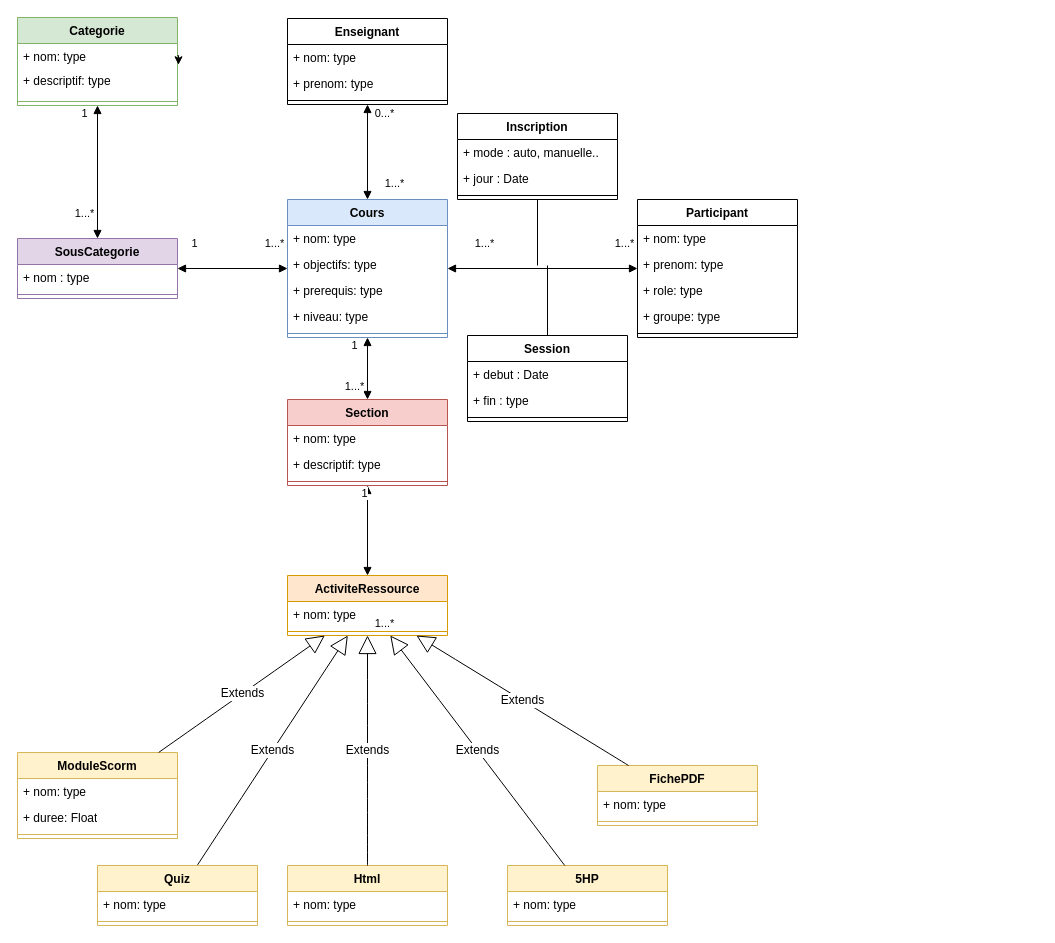
This is MasKaret.drawio from jean-seb-2106/pythontest, a draw.io file, before an edit. Source tidied: cells renumbered, new cells numbered last; positions are measured from the earlier drawing's top-left corner, leaving out a move shared by most shapes. Both pictures are drawn from the tidied source at 100%, with x=0, y=0 at pixel (17, 17).
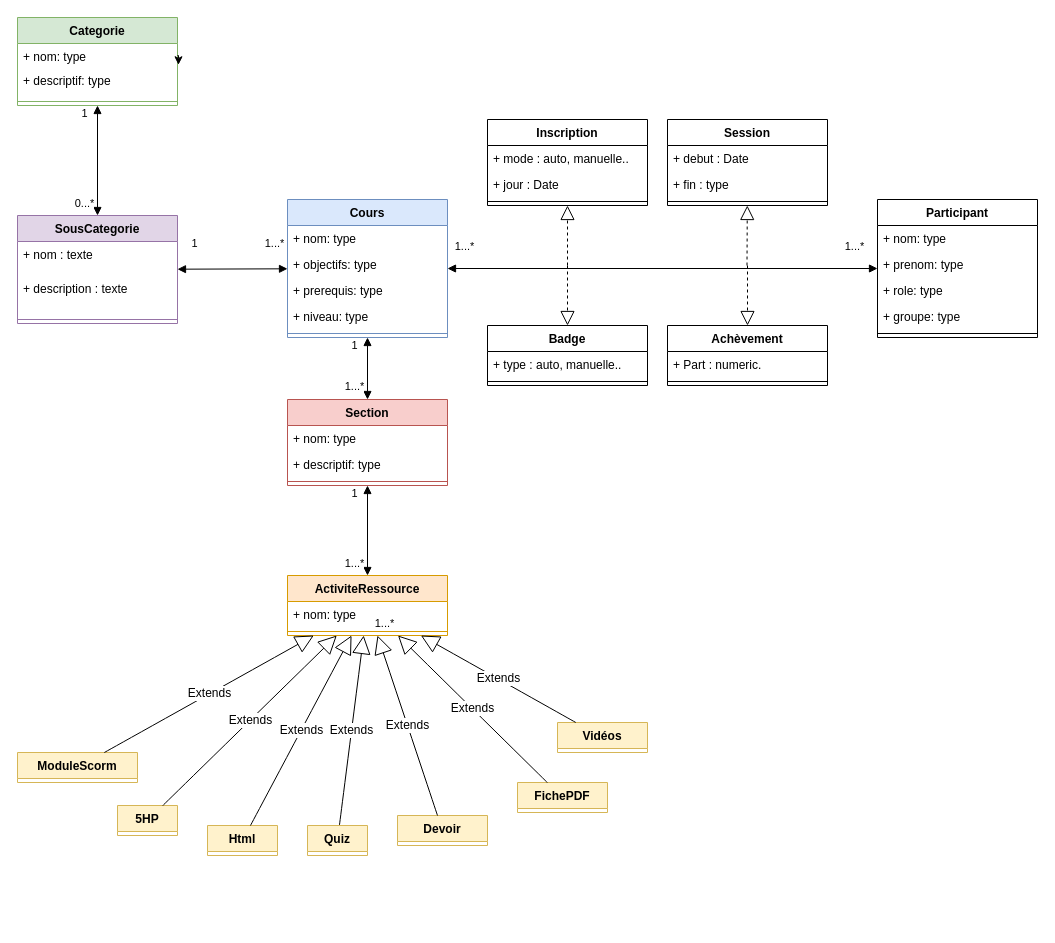
The same diagram, later.

Commit message:
Mettre à jour MasKaret.drawio

Unchanged cells that the change refers to:
```xml
<mxCell id="10" value="Cours" style="swimlane;fontStyle=1;align=center;verticalAlign=top;horizontal=1;startSize=26;whiteSpace=wrap;html=1;fillColor=#dae8fc;strokeColor=#6c8ebf;" parent="1" vertex="1">
  <mxGeometry x="270" y="182" width="160" height="138" as="geometry" />
</mxCell>
<mxCell id="16" value="ActiviteRessource" style="swimlane;fontStyle=1;align=center;verticalAlign=top;horizontal=1;startSize=26;whiteSpace=wrap;html=1;fillColor=#ffe6cc;strokeColor=#d79b00;" parent="1" vertex="1">
  <mxGeometry x="270" y="558" width="160" height="60" as="geometry" />
</mxCell>
```

Change to the diagram source:
```diff
@@
     <mxCell id="7" value="SousCategorie" style="swimlane;fontStyle=1;align=center;verticalAlign=top;horizontal=1;startSize=26;whiteSpace=wrap;html=1;fillColor=#e1d5e7;strokeColor=#9673a6;" parent="1" vertex="1">
-      <mxGeometry y="221" width="160" height="60" as="geometry" />
+      <mxGeometry y="198" width="160" height="108" as="geometry" />
     </mxCell>
+    <mxCell id="82" value="+ nom : texte" style="text;strokeColor=none;fillColor=none;align=left;verticalAlign=top;spacingLeft=4;spacingRight=4;overflow=hidden;whiteSpace=wrap;html=1;" parent="7" vertex="1">
+      <mxGeometry y="26" width="160" height="34" as="geometry" />
+    </mxCell>
-    <mxCell id="8" value="+ nom : type" style="text;strokeColor=none;fillColor=none;align=left;verticalAlign=top;spacingLeft=4;spacingRight=4;overflow=hidden;whiteSpace=wrap;html=1;" parent="7" vertex="1">
-      <mxGeometry y="26" width="160" height="26" as="geometry" />
+    <mxCell id="8" value="+ description : texte" style="text;strokeColor=none;fillColor=none;align=left;verticalAlign=top;spacingLeft=4;spacingRight=4;overflow=hidden;whiteSpace=wrap;html=1;" parent="7" vertex="1">
+      <mxGeometry y="60" width="160" height="40" as="geometry" />
     </mxCell>
     <mxCell id="9" style="line;strokeWidth=1;fillColor=none;align=left;verticalAlign=middle;spacingTop=-1;spacingLeft=3;spacingRight=3;labelPosition=right;strokeColor=inherit;" parent="7" vertex="1">
-      <mxGeometry y="52" width="160" height="8" as="geometry" />
+      <mxGeometry y="100" width="160" height="8" as="geometry" />
     </mxCell>
@@
-    <mxCell id="19" value="Enseignant" style="swimlane;fontStyle=1;align=center;verticalAlign=top;horizontal=1;startSize=26;whiteSpace=wrap;html=1;" parent="1" vertex="1">
-      <mxGeometry x="270" y="1" width="160" height="86" as="geometry" />
-    </mxCell>
-    <mxCell id="20" value="+ nom: type" style="text;strokeColor=none;fillColor=none;align=left;verticalAlign=top;spacingLeft=4;spacingRight=4;overflow=hidden;whiteSpace=wrap;html=1;" parent="19" vertex="1">
-      <mxGeometry y="26" width="160" height="26" as="geometry" />
-    </mxCell>
-    <mxCell id="21" value="+ prenom: type" style="text;strokeColor=none;fillColor=none;align=left;verticalAlign=top;spacingLeft=4;spacingRight=4;overflow=hidden;whiteSpace=wrap;html=1;" parent="19" vertex="1">
-      <mxGeometry y="52" width="160" height="26" as="geometry" />
-    </mxCell>
-    <mxCell id="22" style="line;strokeWidth=1;fillColor=none;align=left;verticalAlign=middle;spacingTop=-1;spacingLeft=3;spacingRight=3;labelPosition=right;strokeColor=inherit;" parent="19" vertex="1">
-      <mxGeometry y="78" width="160" height="8" as="geometry" />
-    </mxCell>
     <mxCell id="23" value="Participant" style="swimlane;fontStyle=1;align=center;verticalAlign=top;horizontal=1;startSize=26;whiteSpace=wrap;html=1;" parent="1" vertex="1">
-      <mxGeometry x="620" y="182" width="160" height="138" as="geometry" />
+      <mxGeometry x="860" y="182" width="160" height="138" as="geometry" />
     </mxCell>
@@
-    <mxCell id="29" value="ModuleScorm" style="swimlane;fontStyle=1;align=center;verticalAlign=top;horizontal=1;startSize=26;whiteSpace=wrap;html=1;fillColor=#fff2cc;strokeColor=#d6b656;" parent="1" vertex="1">
-      <mxGeometry y="735" width="160" height="86" as="geometry" />
+    <mxCell id="29" value="ModuleScorm" style="swimlane;fontStyle=1;align=center;verticalAlign=top;horizontal=1;startSize=26;whiteSpace=wrap;html=1;fillColor=#fff2cc;strokeColor=#d6b656;" parent="1" vertex="1" collapsed="1">
+      <mxGeometry y="735" width="120" height="30" as="geometry" />
     </mxCell>
-    <mxCell id="30" value="+ nom: type" style="text;strokeColor=none;fillColor=none;align=left;verticalAlign=top;spacingLeft=4;spacingRight=4;overflow=hidden;whiteSpace=wrap;html=1;" parent="29" vertex="1">
-      <mxGeometry y="26" width="160" height="26" as="geometry" />
-    </mxCell>
-    <mxCell id="31" value="+ duree: Float" style="text;strokeColor=none;fillColor=none;align=left;verticalAlign=top;spacingLeft=4;spacingRight=4;overflow=hidden;whiteSpace=wrap;html=1;" parent="29" vertex="1">
-      <mxGeometry y="52" width="160" height="26" as="geometry" />
-    </mxCell>
-    <mxCell id="32" style="line;strokeWidth=1;fillColor=none;align=left;verticalAlign=middle;spacingTop=-1;spacingLeft=3;spacingRight=3;labelPosition=right;strokeColor=inherit;" parent="29" vertex="1">
-      <mxGeometry y="78" width="160" height="8" as="geometry" />
-    </mxCell>
@@
-    <mxCell id="38" value="Quiz" style="swimlane;fontStyle=1;align=center;verticalAlign=top;horizontal=1;startSize=26;whiteSpace=wrap;html=1;fillColor=#fff2cc;strokeColor=#d6b656;" parent="1" vertex="1">
-      <mxGeometry x="80" y="848" width="160" height="60" as="geometry" />
+    <mxCell id="38" value="Quiz" style="swimlane;fontStyle=1;align=center;verticalAlign=top;horizontal=1;startSize=26;whiteSpace=wrap;html=1;fillColor=#fff2cc;strokeColor=#d6b656;" parent="1" vertex="1" collapsed="1">
+      <mxGeometry x="290" y="808" width="60" height="30" as="geometry" />
     </mxCell>
-    <mxCell id="39" value="+ nom: type" style="text;strokeColor=none;fillColor=none;align=left;verticalAlign=top;spacingLeft=4;spacingRight=4;overflow=hidden;whiteSpace=wrap;html=1;" parent="38" vertex="1">
-      <mxGeometry y="26" width="160" height="26" as="geometry" />
-    </mxCell>
-    <mxCell id="40" style="line;strokeWidth=1;fillColor=none;align=left;verticalAlign=middle;spacingTop=-1;spacingLeft=3;spacingRight=3;labelPosition=right;strokeColor=inherit;" parent="38" vertex="1">
-      <mxGeometry y="52" width="160" height="8" as="geometry" />
-    </mxCell>
-    <mxCell id="41" value="FichePDF" style="swimlane;fontStyle=1;align=center;verticalAlign=top;horizontal=1;startSize=26;whiteSpace=wrap;html=1;fillColor=#fff2cc;strokeColor=#d6b656;" parent="1" vertex="1">
-      <mxGeometry x="580" y="748" width="160" height="60" as="geometry" />
+    <mxCell id="41" value="FichePDF" style="swimlane;fontStyle=1;align=center;verticalAlign=top;horizontal=1;startSize=26;whiteSpace=wrap;html=1;fillColor=#fff2cc;strokeColor=#d6b656;" parent="1" vertex="1" collapsed="1">
+      <mxGeometry x="500" y="765" width="90" height="30" as="geometry" />
     </mxCell>
-    <mxCell id="42" value="+ nom: type" style="text;strokeColor=none;fillColor=none;align=left;verticalAlign=top;spacingLeft=4;spacingRight=4;overflow=hidden;whiteSpace=wrap;html=1;" parent="41" vertex="1">
-      <mxGeometry y="26" width="160" height="26" as="geometry" />
-    </mxCell>
-    <mxCell id="43" style="line;strokeWidth=1;fillColor=none;align=left;verticalAlign=middle;spacingTop=-1;spacingLeft=3;spacingRight=3;labelPosition=right;strokeColor=inherit;" parent="41" vertex="1">
-      <mxGeometry y="52" width="160" height="8" as="geometry" />
-    </mxCell>
@@
-    <mxCell id="50" value="1...*" style="edgeLabel;html=1;align=center;verticalAlign=middle;" parent="1" vertex="1">
-      <mxGeometry x="40" y="188" as="geometry">
+    <mxCell id="50" value="0...*" style="edgeLabel;html=1;align=center;verticalAlign=middle;" parent="1" vertex="1">
+      <mxGeometry x="40" y="178" as="geometry">
         <mxPoint x="26" y="7" as="offset" />
       </mxGeometry>
     </mxCell>
@@
-    <mxCell id="55" value="Html" style="swimlane;fontStyle=1;align=center;verticalAlign=top;horizontal=1;startSize=26;whiteSpace=wrap;html=1;fillColor=#fff2cc;strokeColor=#d6b656;" parent="1" vertex="1">
-      <mxGeometry x="270" y="848" width="160" height="60" as="geometry" />
+    <mxCell id="55" value="Html" style="swimlane;fontStyle=1;align=center;verticalAlign=top;horizontal=1;startSize=26;whiteSpace=wrap;html=1;fillColor=#fff2cc;strokeColor=#d6b656;" parent="1" vertex="1" collapsed="1">
+      <mxGeometry x="190" y="808" width="70" height="30" as="geometry" />
     </mxCell>
-    <mxCell id="56" value="+ nom: type" style="text;strokeColor=none;fillColor=none;align=left;verticalAlign=top;spacingLeft=4;spacingRight=4;overflow=hidden;whiteSpace=wrap;html=1;" parent="55" vertex="1">
-      <mxGeometry y="26" width="160" height="26" as="geometry" />
-    </mxCell>
-    <mxCell id="57" style="line;strokeWidth=1;fillColor=none;align=left;verticalAlign=middle;spacingTop=-1;spacingLeft=3;spacingRight=3;labelPosition=right;strokeColor=inherit;" parent="55" vertex="1">
-      <mxGeometry y="52" width="160" height="8" as="geometry" />
-    </mxCell>
@@
     <mxCell id="60" value="1" style="edgeLabel;html=1;align=center;verticalAlign=middle;" parent="1" vertex="1">
-      <mxGeometry x="320" y="468" as="geometry">
+      <mxGeometry x="310" y="468" as="geometry">
         <mxPoint x="26" y="7" as="offset" />
       </mxGeometry>
     </mxCell>
@@
-    <mxCell id="62" style="endArrow=block;startArrow=block;endFill=1;startFill=1;html=1;rounded=0;" parent="1" edge="1" source="10" target="19">
-      <mxGeometry relative="1" as="geometry" />
-    </mxCell>
@@
-    <mxCell id="64" value="1...*" style="edgeLabel;html=1;align=center;verticalAlign=middle;" parent="1" vertex="1">
-      <mxGeometry x="350" y="158" as="geometry">
-        <mxPoint x="26" y="7" as="offset" />
-      </mxGeometry>
-    </mxCell>
-    <mxCell id="65" value="0...*" style="edgeLabel;html=1;align=center;verticalAlign=middle;" parent="1" vertex="1">
-      <mxGeometry x="340" y="88" as="geometry">
-        <mxPoint x="26" y="7" as="offset" />
-      </mxGeometry>
-    </mxCell>
     <mxCell id="66" value="1...*" style="edgeLabel;html=1;align=center;verticalAlign=middle;" parent="1" vertex="1">
-      <mxGeometry x="580" y="218" as="geometry">
+      <mxGeometry x="810" y="221" as="geometry">
         <mxPoint x="26" y="7" as="offset" />
       </mxGeometry>
     </mxCell>
     <mxCell id="67" value="1...*" style="edgeLabel;html=1;align=center;verticalAlign=middle;" parent="1" vertex="1">
-      <mxGeometry x="440" y="218" as="geometry">
+      <mxGeometry x="420" y="221" as="geometry">
         <mxPoint x="26" y="7" as="offset" />
       </mxGeometry>
     </mxCell>
-    <mxCell id="68" value="5HP" style="swimlane;fontStyle=1;align=center;verticalAlign=top;horizontal=1;startSize=26;whiteSpace=wrap;html=1;fillColor=#fff2cc;strokeColor=#d6b656;" parent="1" vertex="1">
-      <mxGeometry x="490" y="848" width="160" height="60" as="geometry" />
+    <mxCell id="68" value="5HP" style="swimlane;fontStyle=1;align=center;verticalAlign=top;horizontal=1;startSize=26;whiteSpace=wrap;html=1;fillColor=#fff2cc;strokeColor=#d6b656;" parent="1" vertex="1" collapsed="1">
+      <mxGeometry x="100" y="788" width="60" height="30" as="geometry" />
     </mxCell>
-    <mxCell id="69" value="+ nom: type" style="text;strokeColor=none;fillColor=none;align=left;verticalAlign=top;spacingLeft=4;spacingRight=4;overflow=hidden;whiteSpace=wrap;html=1;" parent="68" vertex="1">
-      <mxGeometry y="26" width="160" height="26" as="geometry" />
-    </mxCell>
-    <mxCell id="70" style="line;strokeWidth=1;fillColor=none;align=left;verticalAlign=middle;spacingTop=-1;spacingLeft=3;spacingRight=3;labelPosition=right;strokeColor=inherit;" parent="68" vertex="1">
-      <mxGeometry y="52" width="160" height="8" as="geometry" />
-    </mxCell>
@@
-    <mxCell id="72" style="endArrow=none;html=1;rounded=0;" parent="1" edge="1" target="73">
-      <mxGeometry relative="1" as="geometry">
-        <mxPoint x="520" y="248" as="sourcePoint" />
-      </mxGeometry>
-    </mxCell>
     <mxCell id="73" value="Inscription" style="swimlane;fontStyle=1;align=center;verticalAlign=top;horizontal=1;startSize=26;whiteSpace=wrap;html=1;" parent="1" vertex="1">
-      <mxGeometry x="440" y="96" width="160" height="86" as="geometry" />
+      <mxGeometry x="470" y="102" width="160" height="86" as="geometry" />
     </mxCell>
@@
-    <mxCell id="77" style="endArrow=none;html=1;rounded=0;" parent="1" edge="1" source="78">
-      <mxGeometry relative="1" as="geometry">
-        <mxPoint x="530" y="248" as="targetPoint" />
-      </mxGeometry>
-    </mxCell>
     <mxCell id="78" value="Session" style="swimlane;fontStyle=1;align=center;verticalAlign=top;horizontal=1;startSize=26;whiteSpace=wrap;html=1;" parent="1" vertex="1">
-      <mxGeometry x="450" y="318" width="160" height="86" as="geometry" />
+      <mxGeometry x="650" y="102" width="160" height="86" as="geometry" />
     </mxCell>
@@
+    <mxCell id="83" value="Devoir" style="swimlane;fontStyle=1;align=center;verticalAlign=top;horizontal=1;startSize=26;whiteSpace=wrap;html=1;fillColor=#fff2cc;strokeColor=#d6b656;" parent="1" vertex="1" collapsed="1">
+      <mxGeometry x="380" y="798" width="90" height="30" as="geometry" />
+    </mxCell>
+    <mxCell id="84" value="Extends" style="endArrow=block;endSize=16;endFill=0;html=1;rounded=0;fontSize=12;curved=1;" parent="1" edge="1" source="83" target="16">
+      <mxGeometry relative="1" as="geometry" />
+    </mxCell>
+    <mxCell id="85" value="Vidéos" style="swimlane;fontStyle=1;align=center;verticalAlign=top;horizontal=1;startSize=26;whiteSpace=wrap;html=1;fillColor=#fff2cc;strokeColor=#d6b656;" parent="1" vertex="1" collapsed="1">
+      <mxGeometry x="540" y="705" width="90" height="30" as="geometry" />
+    </mxCell>
+    <mxCell id="86" value="Extends" style="endArrow=block;endSize=16;endFill=0;html=1;rounded=0;fontSize=12;curved=1;" parent="1" edge="1" source="85" target="16">
+      <mxGeometry relative="1" as="geometry" />
+    </mxCell>
+    <mxCell id="87" value="Badge" style="swimlane;fontStyle=1;align=center;verticalAlign=top;horizontal=1;startSize=26;whiteSpace=wrap;html=1;" parent="1" vertex="1">
+      <mxGeometry x="470" y="308" width="160" height="60" as="geometry" />
+    </mxCell>
+    <mxCell id="88" value="+ type : auto, manuelle.." style="text;strokeColor=none;fillColor=none;align=left;verticalAlign=top;spacingLeft=4;spacingRight=4;overflow=hidden;whiteSpace=wrap;html=1;" parent="87" vertex="1">
+      <mxGeometry y="26" width="160" height="26" as="geometry" />
+    </mxCell>
+    <mxCell id="89" style="line;strokeWidth=1;fillColor=none;align=left;verticalAlign=middle;spacingTop=-1;spacingLeft=3;spacingRight=3;labelPosition=right;strokeColor=inherit;" parent="87" vertex="1">
+      <mxGeometry y="52" width="160" height="8" as="geometry" />
+    </mxCell>
+    <mxCell id="90" value="Achèvement" style="swimlane;fontStyle=1;align=center;verticalAlign=top;horizontal=1;startSize=26;whiteSpace=wrap;html=1;" parent="1" vertex="1">
+      <mxGeometry x="650" y="308" width="160" height="60" as="geometry" />
+    </mxCell>
+    <mxCell id="91" value="+ Part : numeric." style="text;strokeColor=none;fillColor=none;align=left;verticalAlign=top;spacingLeft=4;spacingRight=4;overflow=hidden;whiteSpace=wrap;html=1;" parent="90" vertex="1">
+      <mxGeometry y="26" width="160" height="26" as="geometry" />
+    </mxCell>
+    <mxCell id="92" style="line;strokeWidth=1;fillColor=none;align=left;verticalAlign=middle;spacingTop=-1;spacingLeft=3;spacingRight=3;labelPosition=right;strokeColor=inherit;" parent="90" vertex="1">
+      <mxGeometry y="52" width="160" height="8" as="geometry" />
+    </mxCell>
+    <mxCell id="93" style="endArrow=block;dashed=1;endFill=0;endSize=12;html=1;rounded=0;" parent="1" edge="1" target="73">
+      <mxGeometry relative="1" as="geometry">
+        <mxPoint x="550" y="248" as="sourcePoint" />
+      </mxGeometry>
+    </mxCell>
+    <mxCell id="94" style="endArrow=block;dashed=1;endFill=0;endSize=12;html=1;rounded=0;" parent="1" edge="1" target="78">
+      <mxGeometry relative="1" as="geometry">
+        <mxPoint x="729.5" y="248" as="sourcePoint" />
+      </mxGeometry>
+    </mxCell>
+    <mxCell id="95" style="endArrow=block;dashed=1;endFill=0;endSize=12;html=1;rounded=0;" parent="1" edge="1" target="90">
+      <mxGeometry relative="1" as="geometry">
+        <mxPoint x="730" y="248" as="sourcePoint" />
+      </mxGeometry>
+    </mxCell>
+    <mxCell id="96" style="endArrow=block;dashed=1;endFill=0;endSize=12;html=1;rounded=0;" parent="1" edge="1" target="87">
+      <mxGeometry relative="1" as="geometry">
+        <mxPoint x="550" y="248" as="sourcePoint" />
+      </mxGeometry>
+    </mxCell>
+    <mxCell id="64" value="1...*" style="edgeLabel;html=1;align=center;verticalAlign=middle;" parent="1" vertex="1">
+      <mxGeometry x="310" y="538" as="geometry">
+        <mxPoint x="26" y="7" as="offset" />
+      </mxGeometry>
+    </mxCell>
```
